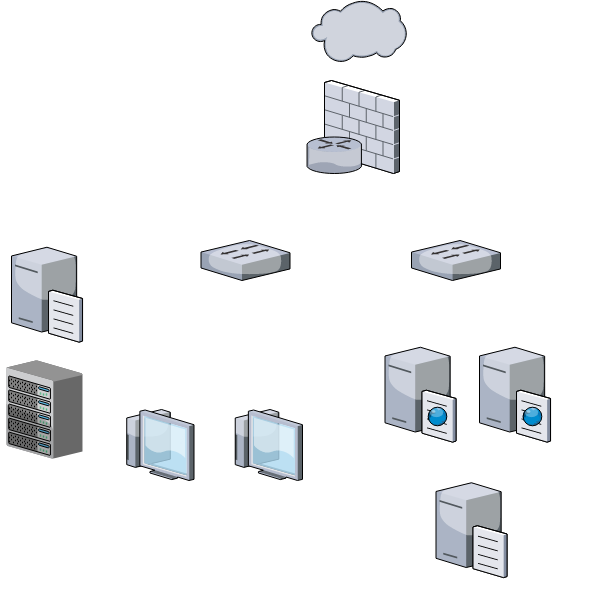
The draw.io diagram image/infra.png in emmadrd912/Projet_VPN, before a commit. Source tidied: cells renumbered, new cells last; positions are measured from the earlier drawing's top-left corner, leaving out a move shared by most shapes.
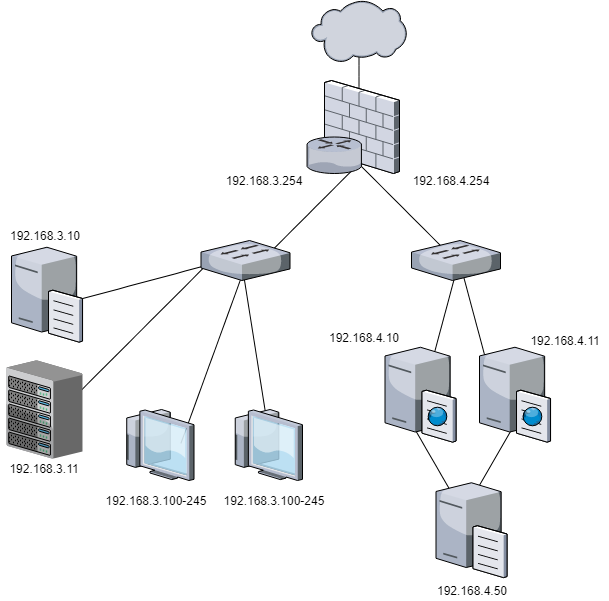
After the change.

The edit, as a diff of the source:
```diff
@@ -2,37 +2,37 @@
   <root>
     <mxCell id="0" />
     <mxCell id="1" parent="0" />
-    <mxCell id="2" style="line;strokeWidth=1;html=1;rounded=0;glass=0;comic=1;fillColor=none;rotation=120;jiggle=0;strokeColor=#FFFFFF;" parent="1" vertex="1">
+    <mxCell id="2" style="line;strokeWidth=1;html=1;rounded=0;glass=0;comic=1;fillColor=none;rotation=120;jiggle=0;" parent="1" vertex="1">
       <mxGeometry x="441.5" y="460" width="101" height="1" as="geometry" />
     </mxCell>
-    <mxCell id="3" style="line;strokeWidth=1;html=1;rounded=0;glass=0;comic=1;fillColor=none;rotation=60;jiggle=0;strokeColor=#FFFFFF;" parent="1" vertex="1">
+    <mxCell id="3" style="line;strokeWidth=1;html=1;rounded=0;glass=0;comic=1;fillColor=none;rotation=60;jiggle=0;" parent="1" vertex="1">
       <mxGeometry x="388" y="457" width="84" height="1" as="geometry" />
     </mxCell>
-    <mxCell id="4" style="line;strokeWidth=1;html=1;rounded=0;glass=0;comic=1;fillColor=none;rotation=75;jiggle=0;strokeColor=#FFFFFF;" parent="1" vertex="1">
+    <mxCell id="4" style="line;strokeWidth=1;html=1;rounded=0;glass=0;comic=1;fillColor=none;rotation=75;jiggle=0;" parent="1" vertex="1">
       <mxGeometry x="419" y="320" width="110" height="1" as="geometry" />
     </mxCell>
-    <mxCell id="5" style="line;strokeWidth=1;html=1;rounded=0;glass=0;comic=1;fillColor=none;rotation=105;jiggle=0;strokeColor=#FFFFFF;" parent="1" vertex="1">
+    <mxCell id="5" style="line;strokeWidth=1;html=1;rounded=0;glass=0;comic=1;fillColor=none;rotation=105;jiggle=0;" parent="1" vertex="1">
       <mxGeometry x="387" y="318" width="110" height="1" as="geometry" />
     </mxCell>
-    <mxCell id="6" style="line;strokeWidth=1;html=1;rounded=0;glass=0;comic=1;fillColor=none;rotation=81;jiggle=0;strokeColor=#FFFFFF;" parent="1" vertex="1">
+    <mxCell id="6" style="line;strokeWidth=1;html=1;rounded=0;glass=0;comic=1;fillColor=none;rotation=81;jiggle=0;" parent="1" vertex="1">
       <mxGeometry x="165" y="355" width="180" height="1" as="geometry" />
     </mxCell>
-    <mxCell id="7" style="line;strokeWidth=1;html=1;rounded=0;glass=0;comic=1;fillColor=none;rotation=110;jiggle=0;strokeColor=#FFFFFF;" parent="1" vertex="1">
+    <mxCell id="7" style="line;strokeWidth=1;html=1;rounded=0;glass=0;comic=1;fillColor=none;rotation=110;jiggle=0;" parent="1" vertex="1">
       <mxGeometry x="120" y="357" width="181" height="1" as="geometry" />
     </mxCell>
-    <mxCell id="8" style="line;strokeWidth=1;html=1;rounded=0;glass=0;comic=1;fillColor=none;rotation=135;jiggle=0;strokeColor=#FFFFFF;" parent="1" vertex="1">
+    <mxCell id="8" style="line;strokeWidth=1;html=1;rounded=0;glass=0;comic=1;fillColor=none;rotation=135;jiggle=0;" parent="1" vertex="1">
       <mxGeometry x="43" y="331.5" width="189" height="1" as="geometry" />
     </mxCell>
-    <mxCell id="9" style="line;strokeWidth=1;html=1;rounded=0;glass=0;comic=1;fillColor=none;rotation=165;jiggle=0;strokeColor=#FFFFFF;" parent="1" vertex="1">
+    <mxCell id="9" style="line;strokeWidth=1;html=1;rounded=0;glass=0;comic=1;fillColor=none;rotation=165;jiggle=0;" parent="1" vertex="1">
       <mxGeometry x="67" y="279" width="167" height="1" as="geometry" />
     </mxCell>
-    <mxCell id="10" style="line;strokeWidth=1;html=1;rounded=0;glass=0;comic=1;fillColor=none;rotation=45;jiggle=0;strokeColor=#FFFFFF;" parent="1" vertex="1">
+    <mxCell id="10" style="line;strokeWidth=1;html=1;rounded=0;glass=0;comic=1;fillColor=none;rotation=45;jiggle=0;" parent="1" vertex="1">
       <mxGeometry x="340" y="210.5" width="130" height="1" as="geometry" />
     </mxCell>
-    <mxCell id="11" style="line;strokeWidth=1;html=1;rounded=0;glass=0;comic=1;rotation=135;jiggle=0;fillColor=#FFFFFF;strokeColor=#FFFFFF;" parent="1" vertex="1">
+    <mxCell id="11" style="line;strokeWidth=1;html=1;rounded=0;glass=0;comic=1;fillColor=none;rotation=135;jiggle=0;" parent="1" vertex="1">
       <mxGeometry x="245" y="210" width="130" height="1" as="geometry" />
     </mxCell>
-    <mxCell id="12" style="line;strokeWidth=1;html=1;rounded=0;glass=0;comic=1;fillColor=none;rotation=90;jiggle=0;strokeColor=#FFFFFF;" parent="1" vertex="1">
+    <mxCell id="12" style="line;strokeWidth=1;html=1;rounded=0;glass=0;comic=1;fillColor=none;rotation=90;jiggle=0;" parent="1" vertex="1">
       <mxGeometry x="321" y="70" width="73" height="1" as="geometry" />
     </mxCell>
     <mxCell id="13" style="verticalLabelPosition=bottom;html=1;verticalAlign=top;strokeColor=none;align=center;shape=mxgraph.citrix.cloud;" parent="1" vertex="1">
@@ -47,12 +47,12 @@
     <mxCell id="16" style="verticalLabelPosition=bottom;html=1;verticalAlign=top;strokeColor=none;align=center;shape=mxgraph.citrix.switch;" parent="1" vertex="1">
       <mxGeometry x="199.5" y="240" width="89" height="40" as="geometry" />
     </mxCell>
-    <object id="17" label="&lt;font color=&quot;#ffffff&quot;&gt;192.168.3.254&lt;/font&gt;" placeholders="1">
+    <object id="17" label="192.168.3.254" placeholders="1">
       <mxCell style="text;html=1;strokeColor=none;fillColor=none;align=center;verticalAlign=middle;whiteSpace=wrap;overflow=hidden;rounded=0;shadow=0;glass=0;comic=1;" parent="1" vertex="1">
         <mxGeometry x="218.5" y="170" width="87" height="20" as="geometry" />
       </mxCell>
     </object>
-    <object id="18" label="&lt;font color=&quot;#ffffff&quot;&gt;192.168.4.254&lt;/font&gt;" placeholders="1">
+    <object id="18" label="192.168.4.254" placeholders="1">
       <mxCell style="text;html=1;strokeColor=none;fillColor=none;align=center;verticalAlign=middle;whiteSpace=wrap;overflow=hidden;rounded=0;shadow=0;glass=0;comic=1;" parent="1" vertex="1">
         <mxGeometry x="405" y="170" width="87" height="20" as="geometry" />
       </mxCell>
@@ -63,7 +63,7 @@
     <mxCell id="20" style="verticalLabelPosition=bottom;html=1;verticalAlign=top;strokeColor=none;align=center;shape=mxgraph.citrix.file_server;" parent="1" vertex="1">
       <mxGeometry x="10" y="244.5" width="71" height="97" as="geometry" />
     </mxCell>
-    <object id="21" label="&lt;font color=&quot;#ffffff&quot;&gt;192.168.3.10&lt;/font&gt;" placeholders="1">
+    <object id="21" label="192.168.3.10" placeholders="1">
       <mxCell style="text;html=1;strokeColor=none;fillColor=none;align=center;verticalAlign=middle;whiteSpace=wrap;overflow=hidden;rounded=0;shadow=0;glass=0;comic=1;" parent="1" vertex="1">
         <mxGeometry x="-0.5" y="224.5" width="87" height="20" as="geometry" />
       </mxCell>
@@ -71,7 +71,7 @@
     <mxCell id="22" style="verticalLabelPosition=bottom;html=1;verticalAlign=top;strokeColor=none;align=center;shape=mxgraph.citrix.chassis;" parent="1" vertex="1">
       <mxGeometry x="5" y="360" width="76" height="98" as="geometry" />
     </mxCell>
-    <object id="23" label="&lt;font color=&quot;#ffffff&quot;&gt;192.168.3.11&lt;/font&gt;" placeholders="1">
+    <object id="23" label="192.168.3.11" placeholders="1">
       <mxCell style="text;html=1;strokeColor=none;fillColor=none;align=center;verticalAlign=middle;whiteSpace=wrap;overflow=hidden;rounded=0;shadow=0;glass=0;comic=1;" parent="1" vertex="1">
         <mxGeometry x="-0.5" y="458" width="87" height="20" as="geometry" />
       </mxCell>
@@ -82,12 +82,12 @@
     <mxCell id="25" style="verticalLabelPosition=bottom;html=1;verticalAlign=top;strokeColor=none;align=center;shape=mxgraph.citrix.thin_client;" parent="1" vertex="1">
       <mxGeometry x="230" y="409" width="71" height="71" as="geometry" />
     </mxCell>
-    <object id="26" label="&lt;font color=&quot;#ffffff&quot;&gt;192.168.3.100-245&lt;/font&gt;" placeholders="1">
+    <object id="26" label="192.168.3.100-245" placeholders="1">
       <mxCell style="text;html=1;strokeColor=none;fillColor=none;align=center;verticalAlign=middle;whiteSpace=wrap;overflow=hidden;rounded=0;shadow=0;glass=0;comic=1;" parent="1" vertex="1">
         <mxGeometry x="100" y="490" width="107" height="20" as="geometry" />
       </mxCell>
     </object>
-    <object id="27" label="&lt;font color=&quot;#ffffff&quot;&gt;192.168.3.100-245&lt;/font&gt;" placeholders="1">
+    <object id="27" label="192.168.3.100-245" placeholders="1">
       <mxCell style="text;html=1;strokeColor=none;fillColor=none;align=center;verticalAlign=middle;whiteSpace=wrap;overflow=hidden;rounded=0;shadow=0;glass=0;comic=1;" parent="1" vertex="1">
         <mxGeometry x="218.5" y="490" width="107" height="20" as="geometry" />
       </mxCell>
@@ -95,7 +95,7 @@
     <mxCell id="28" style="verticalLabelPosition=bottom;html=1;verticalAlign=top;strokeColor=none;align=center;shape=mxgraph.citrix.ftp_server;" parent="1" vertex="1">
       <mxGeometry x="383.5" y="344.5" width="71" height="97" as="geometry" />
     </mxCell>
-    <object id="29" label="&lt;font color=&quot;#ffffff&quot;&gt;192.168.4.10&lt;/font&gt;" placeholders="1">
+    <object id="29" label="192.168.4.10" placeholders="1">
       <mxCell style="text;html=1;strokeColor=none;fillColor=none;align=center;verticalAlign=middle;whiteSpace=wrap;overflow=hidden;rounded=0;shadow=0;glass=0;comic=1;" parent="1" vertex="1">
         <mxGeometry x="318" y="327" width="87" height="20" as="geometry" />
       </mxCell>
@@ -103,7 +103,7 @@
     <mxCell id="30" style="verticalLabelPosition=bottom;html=1;verticalAlign=top;strokeColor=none;align=center;shape=mxgraph.citrix.ftp_server;" parent="1" vertex="1">
       <mxGeometry x="478" y="344.5" width="71" height="97" as="geometry" />
     </mxCell>
-    <object id="31" label="&lt;font color=&quot;#ffffff&quot;&gt;192.168.4.11&lt;/font&gt;" placeholders="1">
+    <object id="31" label="192.168.4.11" placeholders="1">
       <mxCell style="text;html=1;strokeColor=none;fillColor=none;align=center;verticalAlign=middle;whiteSpace=wrap;overflow=hidden;rounded=0;shadow=0;glass=0;comic=1;" parent="1" vertex="1">
         <mxGeometry x="520" y="330" width="87" height="20" as="geometry" />
       </mxCell>
@@ -111,7 +111,7 @@
     <mxCell id="32" style="verticalLabelPosition=bottom;html=1;verticalAlign=top;strokeColor=none;align=center;shape=mxgraph.citrix.file_server;" parent="1" vertex="1">
       <mxGeometry x="434.5" y="480" width="71" height="97" as="geometry" />
     </mxCell>
-    <object id="33" label="&lt;font color=&quot;#ffffff&quot;&gt;192.168.4.50&lt;/font&gt;" placeholders="1">
+    <object id="33" label="192.168.4.50" placeholders="1">
       <mxCell style="text;html=1;strokeColor=none;fillColor=none;align=center;verticalAlign=middle;whiteSpace=wrap;overflow=hidden;rounded=0;shadow=0;glass=0;comic=1;" parent="1" vertex="1">
         <mxGeometry x="426.5" y="580" width="87" height="20" as="geometry" />
       </mxCell>
```
